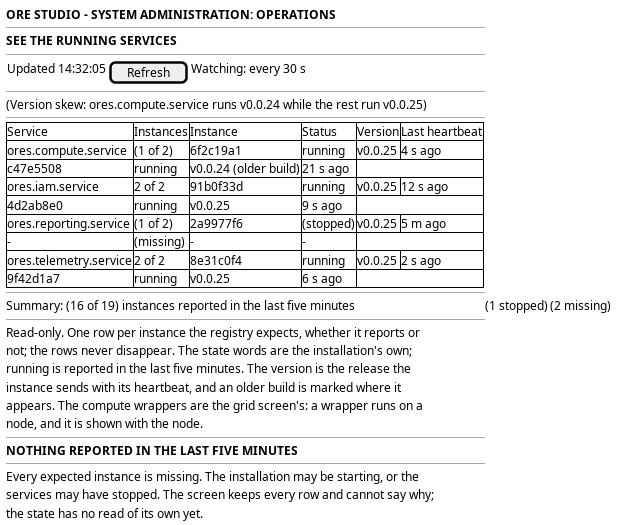
Earlier version of the PlantUML export doc/knowledge/journeys/operations/wireframe_see_the_running_services.png (OreStudio/OreStudio). Its source is kept beside it as doc/knowledge/journeys/operations/wireframe_see_the_running_services.puml. Source of this version:
```plantuml
@startuml

salt
{
  <b>ORE STUDIO - SYSTEM ADMINISTRATION: OPERATIONS</b>
  --
  <b>SEE THE RUNNING SERVICES</b>
  --
  {
    Updated 14:32:05 | [ Refresh ] | Watching: every 30 s
  }
  --
  (Version skew: ores.compute.service runs v0.0.24 while the rest run v0.0.25)
  --
  {#
    Service | Instances | Instance | Status | Version | Last heartbeat
    ores.compute.service | (1 of 2) | 6f2c19a1 | running | v0.0.25 | 4 s ago
    | | c47e5508 | running | v0.0.24 (older build) | 21 s ago
    ores.iam.service | 2 of 2 | 91b0f33d | running | v0.0.25 | 12 s ago
    | | 4d2ab8e0 | running | v0.0.25 | 9 s ago
    ores.reporting.service | (1 of 2) | 2a9977f6 | (stopped) | v0.0.25 | 5 m ago
    | | - | (missing) | - | -
    ores.telemetry.service | 2 of 2 | 8e31c0f4 | running | v0.0.25 | 2 s ago
    | | 9f42d1a7 | running | v0.0.25 | 6 s ago
  }
  --
  Summary: (16 of 19) instances reported in the last five minutes | (1 stopped) | (2 missing)
  --
  Read-only. One row per instance the registry expects, whether it reports or
  not; the rows never disappear. The state words are the installation's own;
  running is reported in the last five minutes. The version is the release the
  instance sends with its heartbeat, and an older build is marked where it
  appears. The compute wrappers are the grid screen's: a wrapper runs on a
  node, and it is shown with the node.
  --
  <b>NOTHING REPORTED IN THE LAST FIVE MINUTES</b>
  --
  Every expected instance is missing. The installation may be starting, or the
  services may have stopped. The screen keeps every row and cannot say why;
  the state has no read of its own yet.
}

@enduml
```
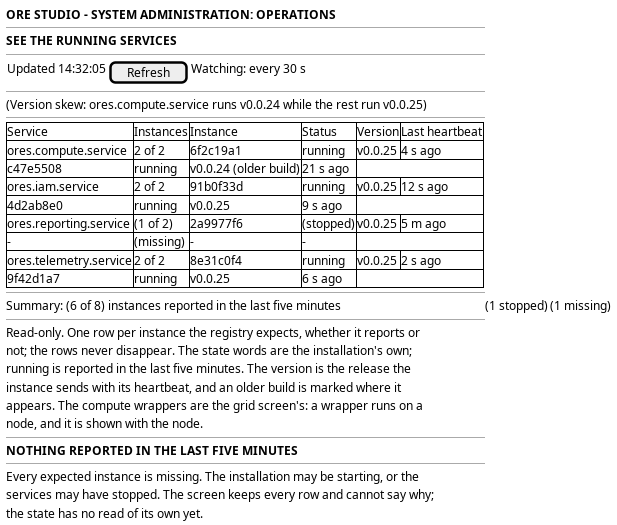
After the commit.

The edit, as a diff of the source:
```diff
@@ -14,7 +14,7 @@
   --
   {#
     Service | Instances | Instance | Status | Version | Last heartbeat
-    ores.compute.service | (1 of 2) | 6f2c19a1 | running | v0.0.25 | 4 s ago
+    ores.compute.service | 2 of 2 | 6f2c19a1 | running | v0.0.25 | 4 s ago
     | | c47e5508 | running | v0.0.24 (older build) | 21 s ago
     ores.iam.service | 2 of 2 | 91b0f33d | running | v0.0.25 | 12 s ago
     | | 4d2ab8e0 | running | v0.0.25 | 9 s ago
@@ -24,7 +24,7 @@
     | | 9f42d1a7 | running | v0.0.25 | 6 s ago
   }
   --
-  Summary: (16 of 19) instances reported in the last five minutes | (1 stopped) | (2 missing)
+  Summary: (6 of 8) instances reported in the last five minutes | (1 stopped) | (1 missing)
   --
   Read-only. One row per instance the registry expects, whether it reports or
   not; the rows never disappear. The state words are the installation's own;
```
